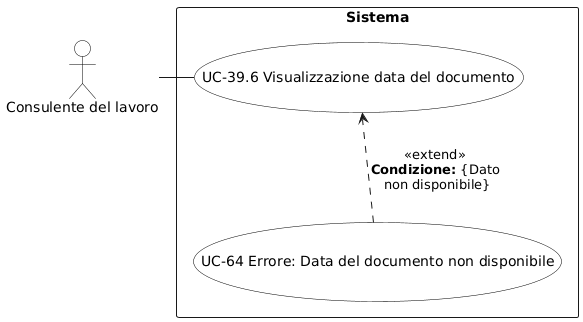
Earlier version of the PlantUML export RTB/Analisi dei Requisiti/diagrammi_use_case/UC-39.6.png (aLittleByte-19/Documentazione). Source of this version:
```plantuml
@startuml
skinparam backgroundColor white
skinparam actor {
  BackgroundColor white
  BorderColor black
  FontColor black
}
skinparam usecase {
  BackgroundColor white
  BorderColor black
  FontColor black
}
actor "Consulente del lavoro" as C

rectangle "Sistema" {
  (UC-39.6 Visualizzazione data del documento) as UC396
  (UC-64 Errore: Data del documento non disponibile) as UC64

  UC396 -[hidden]down- UC64

  UC64 ..> UC396 : <<extend>>\n**Condizione:** {Dato\n non disponibile}
}

C - UC396
@enduml
```
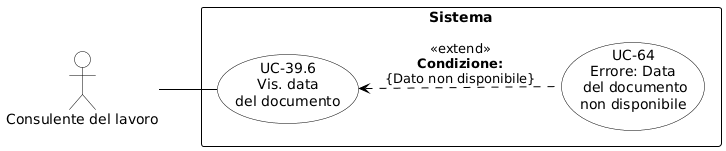
The same file after the commit.

The edit, as a diff of the source:
```diff
@@ -1,25 +1,32 @@
 @startuml
-skinparam backgroundColor white
+skinparam shadowing false
+skinparam defaultFontName Arial
+left to right direction
+skinparam nodesep 15
+skinparam ranksep 50
+
+skinparam usecase {
+    BackgroundColor white
+    BorderColor black
+    ArrowColor black
+}
 skinparam actor {
-  BackgroundColor white
-  BorderColor black
-  FontColor black
+    BackgroundColor white
+    BorderColor black
 }
-skinparam usecase {
-  BackgroundColor white
-  BorderColor black
-  FontColor black
+skinparam rectangle {
+    BorderColor black
+    FontStyle bold
 }
-actor "Consulente del lavoro" as C
+
+actor "Consulente del lavoro" as CL
 
 rectangle "Sistema" {
-  (UC-39.6 Visualizzazione data del documento) as UC396
-  (UC-64 Errore: Data del documento non disponibile) as UC64
+    usecase "UC-39.6\nVis. data\ndel documento" as UC39_6
+    usecase "UC-64\nErrore: Data\n del documento\nnon disponibile" as UC64
 
-  UC396 -[hidden]down- UC64
-
-  UC64 ..> UC396 : <<extend>>\n**Condizione:** {Dato\n non disponibile}
+    UC39_6 <.. UC64 : <<extend>>\n**Condizione:**\n{Dato non disponibile}
 }
 
-C - UC396
+CL -- UC39_6
 @enduml
```
